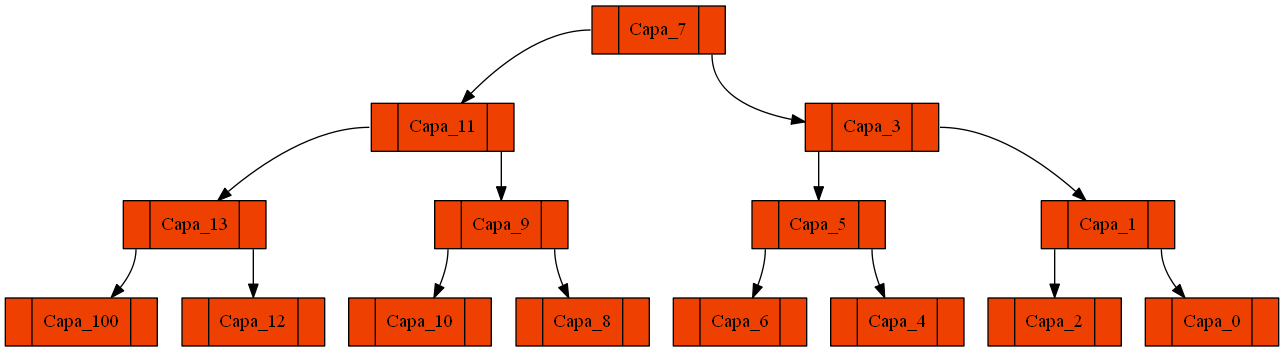
This is [EDD]Proyecto1_201603127/ABB_Espejo.png from Cascarus/-EDD-Proyecto1_201603127, a Graphviz export, as it was before one commit. Its source is kept beside it as [EDD]Proyecto1_201603127/ABB_Espejo.dot.
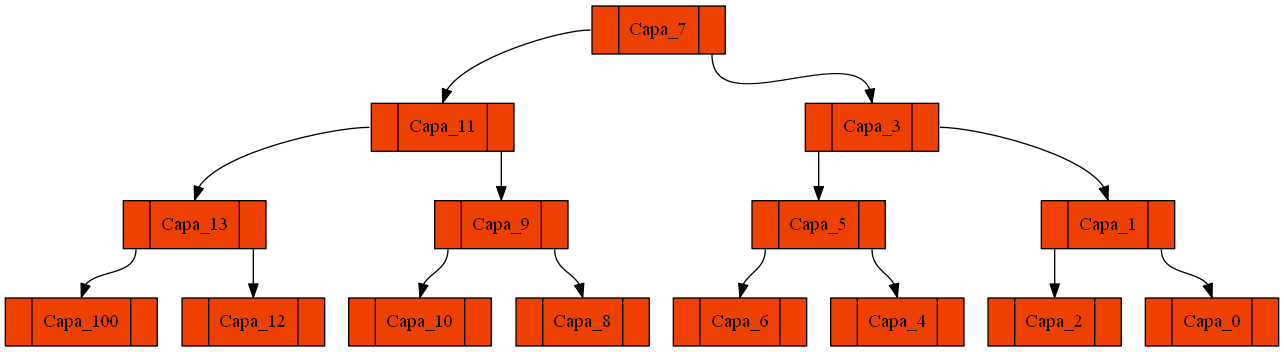
After the commit.

Diff of the diagram source:
```diff
@@ -1,47 +1,47 @@
 digraph g{
 	node [shape=record,width=.9,height=.5,style=filled,fillcolor=orangered2];
-	Node7:C0->Node11;
-	Node7:C1->Node3;
-	Node11:C0->Node13;
-	Node11:C1->Node9;
-	Node13:C0->Node100;
-	Node13:C1->Node12;
+	Node7:C0->Node11:C3;
+	Node7:C1->Node3:C3;
+	Node11:C0->Node13:C3;
+	Node11:C1->Node9:C3;
+	Node13:C0->Node100:C3;
+	Node13:C1->Node12:C3;
 
- 	Node100[label = "<C0>|Capa_100|<C1>"]
+ 	Node100[label = "<C0>|<C3>Capa_100|<C1>"]
 
- 	Node12[label = "<C0>|Capa_12|<C1>"]
+ 	Node12[label = "<C0>|<C3>Capa_12|<C1>"]
 
- 	Node13[label = "<C0>|Capa_13|<C1>"]
-	Node9:C0->Node10;
-	Node9:C1->Node8;
+ 	Node13[label = "<C0>|<C3>Capa_13|<C1>"]
+	Node9:C0->Node10:C3;
+	Node9:C1->Node8:C3;
 
- 	Node10[label = "<C0>|Capa_10|<C1>"]
+ 	Node10[label = "<C0>|<C3>Capa_10|<C1>"]
 
- 	Node8[label = "<C0>|Capa_8|<C1>"]
+ 	Node8[label = "<C0>|<C3>Capa_8|<C1>"]
 
- 	Node9[label = "<C0>|Capa_9|<C1>"]
+ 	Node9[label = "<C0>|<C3>Capa_9|<C1>"]
 
- 	Node11[label = "<C0>|Capa_11|<C1>"]
-	Node3:C0->Node5;
-	Node3:C1->Node1;
-	Node5:C0->Node6;
-	Node5:C1->Node4;
+ 	Node11[label = "<C0>|<C3>Capa_11|<C1>"]
+	Node3:C0->Node5:C3;
+	Node3:C1->Node1:C3;
+	Node5:C0->Node6:C3;
+	Node5:C1->Node4:C3;
 
- 	Node6[label = "<C0>|Capa_6|<C1>"]
+ 	Node6[label = "<C0>|<C3>Capa_6|<C1>"]
 
- 	Node4[label = "<C0>|Capa_4|<C1>"]
+ 	Node4[label = "<C0>|<C3>Capa_4|<C1>"]
 
- 	Node5[label = "<C0>|Capa_5|<C1>"]
-	Node1:C0->Node2;
-	Node1:C1->Node0;
+ 	Node5[label = "<C0>|<C3>Capa_5|<C1>"]
+	Node1:C0->Node2:C3;
+	Node1:C1->Node0:C3;
 
- 	Node2[label = "<C0>|Capa_2|<C1>"]
+ 	Node2[label = "<C0>|<C3>Capa_2|<C1>"]
 
- 	Node0[label = "<C0>|Capa_0|<C1>"]
+ 	Node0[label = "<C0>|<C3>Capa_0|<C1>"]
 
- 	Node1[label = "<C0>|Capa_1|<C1>"]
+ 	Node1[label = "<C0>|<C3>Capa_1|<C1>"]
 
- 	Node3[label = "<C0>|Capa_3|<C1>"]
+ 	Node3[label = "<C0>|<C3>Capa_3|<C1>"]
 
- 	Node7[label = "<C0>|Capa_7|<C1>"]
+ 	Node7[label = "<C0>|<C3>Capa_7|<C1>"]
 }
```
